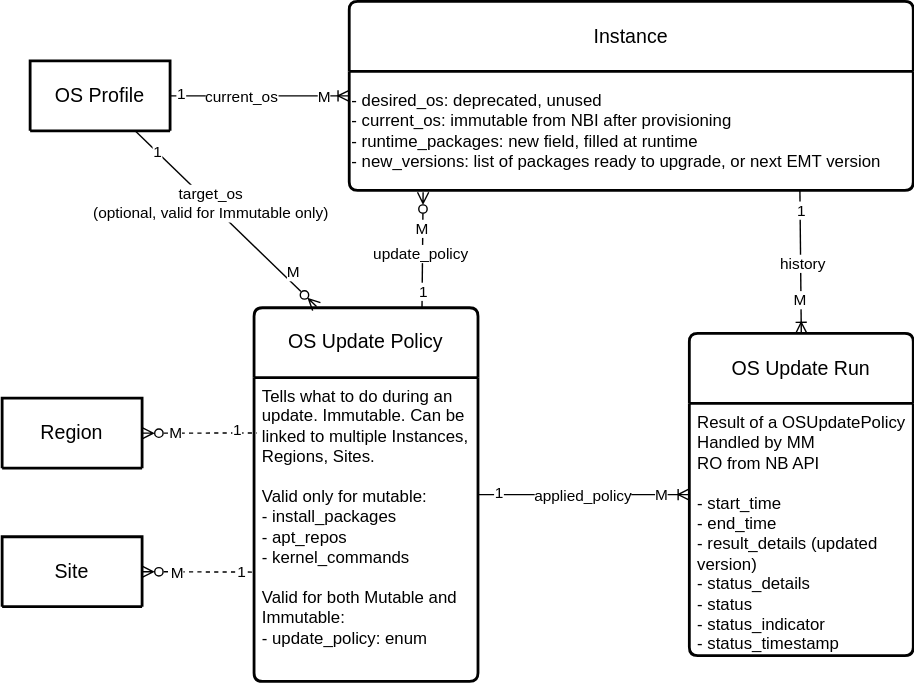
open-edge-platform/edge-manageability-framework keeps this draw.io diagram as design-proposals/schema_day2_changes.drawio.svg. Above is the earlier version. Source tidied: cells renumbered, new cells last; positions are measured from the earlier drawing's top-left corner, leaving out a move shared by most shapes.
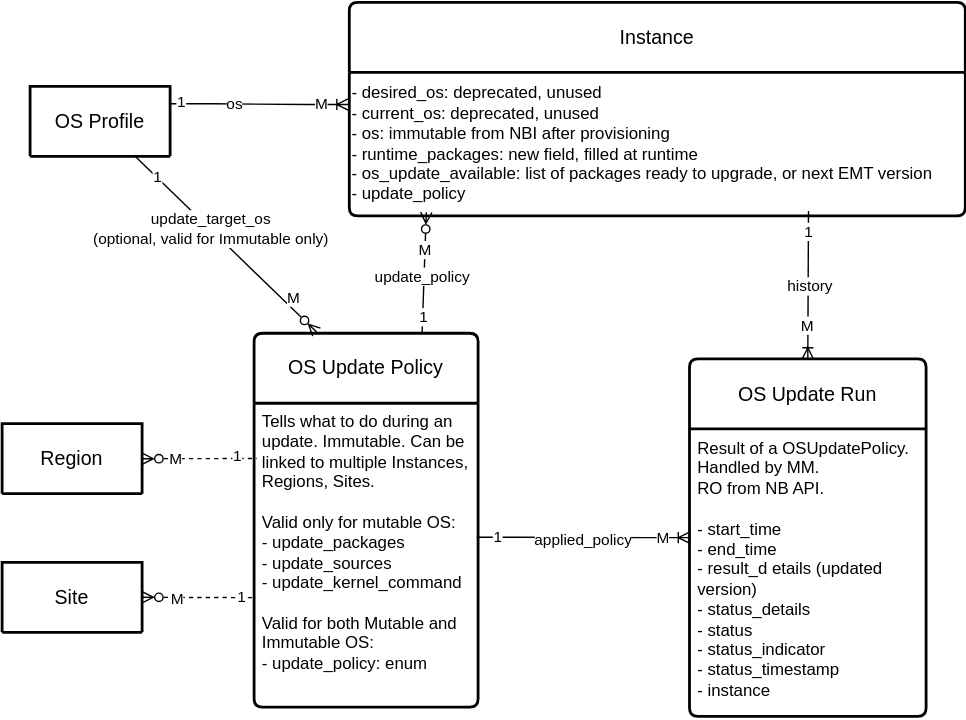
After the commit.

Commit message:
Day2 improvements design update

Change to the diagram source:
```diff
@@ -6,17 +6,17 @@
       <mxGeometry x="20" y="42" width="100" height="50" as="geometry" />
     </mxCell>
     <mxCell id="3" value="Instance" style="swimlane;horizontal=1;startSize=50;rounded=1;fontSize=14;fontStyle=0;strokeWidth=2;shadow=0;dashed=0;align=center;arcSize=4;whiteSpace=wrap;html=1;" parent="1" vertex="1">
-      <mxGeometry x="248" y="-0.5" width="403" height="135" as="geometry" />
+      <mxGeometry x="248" y="-18" width="440" height="152.5" as="geometry" />
     </mxCell>
-    <mxCell id="4" value="- desired_os: deprecated, unused&lt;br&gt;- current_os: immutable from NBI after provisioning&lt;div&gt;- runtime_packages: new field, filled at runtime&lt;br&gt;- new_versions: list of packages ready&lt;span style=&quot;background-color: transparent; color: light-dark(rgb(0, 0, 0), rgb(255, 255, 255));&quot;&gt;&amp;nbsp;to upgrade, or next EMT version&lt;/span&gt;&lt;/div&gt;" style="text;html=1;align=left;verticalAlign=middle;points=[];strokeColor=none;fillColor=none;" parent="3" vertex="1">
-      <mxGeometry y="50" width="403" height="85" as="geometry" />
+    <mxCell id="4" value="- desired_os: deprecated, unused&lt;div&gt;- current_os: deprecated, unused&lt;/div&gt;&lt;div&gt;- os: immutable from NBI after provisioning&lt;div&gt;- runtime_packages: new field, filled at runtime&lt;br&gt;- os_update_available: list of packages ready&lt;span style=&quot;background-color: transparent; color: light-dark(rgb(0, 0, 0), rgb(255, 255, 255));&quot;&gt;&amp;nbsp;to upgrade, or next EMT version&lt;/span&gt;&lt;/div&gt;&lt;/div&gt;&lt;div&gt;&lt;span style=&quot;background-color: transparent; color: light-dark(rgb(0, 0, 0), rgb(255, 255, 255));&quot;&gt;- update_policy&lt;/span&gt;&lt;/div&gt;" style="text;html=1;align=left;verticalAlign=middle;points=[];strokeColor=none;fillColor=none;" parent="3" vertex="1">
+      <mxGeometry y="50" width="440" height="102.5" as="geometry" />
     </mxCell>
-    <mxCell id="5" style="edgeStyle=entityRelationEdgeStyle;fontSize=12;html=1;endArrow=ERoneToMany;rounded=0;exitX=1;exitY=0.5;exitDx=0;exitDy=0;entryX=0;entryY=0.5;entryDx=0;entryDy=0;" parent="1" edge="1" source="2" target="3">
+    <mxCell id="5" style="edgeStyle=entityRelationEdgeStyle;fontSize=12;html=1;endArrow=ERoneToMany;rounded=0;exitX=1;exitY=0.25;exitDx=0;exitDy=0;entryX=-0.002;entryY=0.224;entryDx=0;entryDy=0;entryPerimeter=0;" parent="1" edge="1" source="2" target="4">
       <mxGeometry relative="1" as="geometry" />
     </mxCell>
-    <mxCell id="6" value="current_os" style="edgeLabel;html=1;align=center;verticalAlign=middle;" parent="5" vertex="1">
+    <mxCell id="6" value="os" style="edgeLabel;html=1;align=center;verticalAlign=middle;" parent="5" vertex="1">
       <mxGeometry x="-0.21" relative="1" as="geometry">
-        <mxPoint x="-1" as="offset" />
+        <mxPoint x="-4" as="offset" />
       </mxGeometry>
     </mxCell>
     <mxCell id="7" value="1" style="edgeLabel;html=1;align=center;verticalAlign=middle;" parent="5" vertex="1">
@@ -30,17 +30,21 @@
     <mxCell id="9" value="OS Update Policy" style="swimlane;horizontal=1;startSize=50;rounded=1;fontSize=14;fontStyle=0;strokeWidth=2;shadow=0;dashed=0;align=center;arcSize=4;whiteSpace=wrap;html=1;" parent="1" vertex="1">
       <mxGeometry x="180" y="218.4" width="160" height="267" as="geometry" />
     </mxCell>
-    <mxCell id="10" value="Tells what to do during an update. Immutable. Can be linked to multiple Instances, Regions, Sites.&lt;div&gt;&lt;br&gt;&lt;/div&gt;&lt;div&gt;Valid only for mutable:&lt;/div&gt;&lt;div&gt;- install_packages&lt;/div&gt;&lt;div&gt;- apt_repos&lt;/div&gt;&lt;div&gt;- kernel_commands&lt;br&gt;&lt;br&gt;&lt;/div&gt;&lt;div&gt;Valid for both Mutable and Immutable:&lt;/div&gt;&lt;div&gt;- update_policy: enum&lt;/div&gt;" style="align=left;strokeColor=none;fillColor=none;spacingLeft=4;spacingRight=4;fontSize=12;verticalAlign=top;html=1;whiteSpace=wrap;" parent="9" vertex="1">
+    <mxCell id="10" value="Tells what to do during an update. Immutable. Can be linked to multiple Instances, Regions, Sites.&lt;div&gt;&lt;br&gt;&lt;/div&gt;&lt;div&gt;Valid only for mutable OS:&lt;/div&gt;&lt;div&gt;- update_packages&lt;/div&gt;&lt;div&gt;- update_sources&lt;/div&gt;&lt;div&gt;- update_kernel_command&lt;br&gt;&lt;br&gt;&lt;/div&gt;&lt;div&gt;Valid for both Mutable and Immutable OS:&lt;/div&gt;&lt;div&gt;- update_policy: enum&lt;/div&gt;" style="align=left;strokeColor=none;fillColor=none;spacingLeft=4;spacingRight=4;fontSize=12;verticalAlign=top;html=1;whiteSpace=wrap;" parent="9" vertex="1">
       <mxGeometry y="50" width="160" height="217" as="geometry" />
     </mxCell>
     <mxCell id="11" value="OS Update Run" style="swimlane;horizontal=1;startSize=50;rounded=1;fontSize=14;fontStyle=0;strokeWidth=2;shadow=0;dashed=0;align=center;arcSize=4;whiteSpace=wrap;html=1;" parent="1" vertex="1">
-      <mxGeometry x="491" y="236.8" width="160" height="230.2" as="geometry" />
+      <mxGeometry x="491" y="236.8" width="169" height="255.2" as="geometry" />
     </mxCell>
-    <mxCell id="12" value="Result of a OSUpdatePolicy&lt;br&gt;&lt;span style=&quot;background-color: transparent; color: light-dark(rgb(0, 0, 0), rgb(255, 255, 255));&quot;&gt;Handled by MM&lt;br&gt;RO from NB API&lt;/span&gt;&lt;div&gt;&lt;br&gt;&lt;/div&gt;&lt;div&gt;- start_time&lt;/div&gt;&lt;div&gt;- end_time&lt;/div&gt;&lt;div&gt;- result_d&lt;span style=&quot;background-color: transparent; color: light-dark(rgb(0, 0, 0), rgb(255, 255, 255));&quot;&gt;etails (updated version)&lt;/span&gt;&lt;/div&gt;&lt;div&gt;&lt;span style=&quot;background-color: transparent; color: light-dark(rgb(0, 0, 0), rgb(255, 255, 255));&quot;&gt;- status_details&lt;/span&gt;&lt;/div&gt;&lt;div&gt;- status&lt;/div&gt;&lt;div&gt;- status_indicator&lt;/div&gt;&lt;div&gt;- status_timestamp&lt;/div&gt;" style="align=left;strokeColor=none;fillColor=none;spacingLeft=4;spacingRight=4;fontSize=12;verticalAlign=top;html=1;whiteSpace=wrap;" parent="11" vertex="1">
-      <mxGeometry y="50" width="160" height="180.2" as="geometry" />
+    <mxCell id="12" value="Result of a OSUpdatePolicy.&lt;br&gt;&lt;span style=&quot;background-color: transparent; color: light-dark(rgb(0, 0, 0), rgb(255, 255, 255));&quot;&gt;Handled by MM.&lt;br&gt;RO from NB API.&lt;/span&gt;&lt;div&gt;&lt;br&gt;&lt;/div&gt;&lt;div&gt;- start_time&lt;/div&gt;&lt;div&gt;- end_time&lt;/div&gt;&lt;div&gt;- result_d&lt;span style=&quot;background-color: transparent; color: light-dark(rgb(0, 0, 0), rgb(255, 255, 255));&quot;&gt;etails (updated version)&lt;/span&gt;&lt;/div&gt;&lt;div&gt;&lt;span style=&quot;background-color: transparent; color: light-dark(rgb(0, 0, 0), rgb(255, 255, 255));&quot;&gt;- status_details&lt;/span&gt;&lt;/div&gt;&lt;div&gt;- status&lt;/div&gt;&lt;div&gt;- status_indicator&lt;/div&gt;&lt;div&gt;- status_timestamp&lt;/div&gt;&lt;div&gt;- instance&lt;/div&gt;&lt;div&gt;&lt;br&gt;&lt;/div&gt;" style="align=left;strokeColor=none;fillColor=none;spacingLeft=4;spacingRight=4;fontSize=12;verticalAlign=top;html=1;whiteSpace=wrap;" parent="11" vertex="1">
+      <mxGeometry y="50" width="169" height="205.2" as="geometry" />
     </mxCell>
-    <mxCell id="13" style="edgeStyle=entityRelationEdgeStyle;fontSize=12;html=1;endArrow=ERoneToMany;rounded=0;" parent="1" edge="1" source="9" target="11">
-      <mxGeometry relative="1" as="geometry" />
+    <mxCell id="13" style="edgeStyle=entityRelationEdgeStyle;fontSize=12;html=1;endArrow=ERoneToMany;rounded=0;exitX=0.994;exitY=0.441;exitDx=0;exitDy=0;exitPerimeter=0;" parent="1" edge="1" source="10" target="11">
+      <mxGeometry relative="1" as="geometry">
+        <Array as="points">
+          <mxPoint x="420" y="372" />
+        </Array>
+      </mxGeometry>
     </mxCell>
     <mxCell id="14" value="applied_policy" style="edgeLabel;html=1;align=center;verticalAlign=middle;" parent="13" vertex="1">
       <mxGeometry x="-0.07" y="-1" relative="1" as="geometry">
@@ -57,8 +61,10 @@
         <mxPoint x="1" y="1" as="offset" />
       </mxGeometry>
     </mxCell>
-    <mxCell id="17" style="fontSize=12;html=1;endArrow=none;rounded=0;exitX=0.5;exitY=0;exitDx=0;exitDy=0;startArrow=ERoneToMany;startFill=0;entryX=0.799;entryY=0.996;entryDx=0;entryDy=0;entryPerimeter=0;" parent="1" edge="1" source="11" target="4">
-      <mxGeometry relative="1" as="geometry" />
+    <mxCell id="17" style="fontSize=12;html=1;endArrow=none;rounded=0;exitX=0.5;exitY=0;exitDx=0;exitDy=0;startArrow=ERoneToMany;startFill=0;" parent="1" edge="1" source="11">
+      <mxGeometry relative="1" as="geometry">
+        <mxPoint x="576" y="131" as="targetPoint" />
+      </mxGeometry>
     </mxCell>
     <mxCell id="18" value="1" style="edgeLabel;html=1;align=center;verticalAlign=middle;" parent="17" vertex="1">
       <mxGeometry x="0.81" y="-3" relative="1" as="geometry">
@@ -73,8 +79,10 @@
     <mxCell id="20" value="history" style="edgeLabel;html=1;align=center;verticalAlign=middle;" parent="17" vertex="1">
       <mxGeometry x="-0.02" y="-1" relative="1" as="geometry" />
     </mxCell>
-    <mxCell id="21" style="fontSize=12;html=1;endArrow=ERzeroToMany;rounded=0;exitX=0.75;exitY=0;exitDx=0;exitDy=0;endFill=0;entryX=0.131;entryY=1.016;entryDx=0;entryDy=0;entryPerimeter=0;" parent="1" edge="1" source="9" target="4">
-      <mxGeometry relative="1" as="geometry" />
+    <mxCell id="21" style="fontSize=12;html=1;endArrow=ERzeroToMany;rounded=0;endFill=0;exitX=0.75;exitY=0;exitDx=0;exitDy=0;" parent="1" edge="1" source="9">
+      <mxGeometry relative="1" as="geometry">
+        <mxPoint x="303" y="132" as="targetPoint" />
+      </mxGeometry>
     </mxCell>
     <mxCell id="22" value="M" style="edgeLabel;html=1;align=center;verticalAlign=middle;" parent="21" vertex="1">
       <mxGeometry x="0.81" y="-3" relative="1" as="geometry">
@@ -104,7 +112,7 @@
         <mxPoint x="-4" y="-16" as="offset" />
       </mxGeometry>
     </mxCell>
-    <mxCell id="28" value="target_os&lt;br&gt;(optional, valid for Immutable only)" style="edgeLabel;html=1;align=center;verticalAlign=middle;" parent="25" vertex="1">
+    <mxCell id="28" value="update_target_os&lt;br&gt;(optional, valid for Immutable only)" style="edgeLabel;html=1;align=center;verticalAlign=middle;" parent="25" vertex="1">
       <mxGeometry x="0.18" relative="1" as="geometry" />
     </mxCell>
     <mxCell id="29" value="Region" style="swimlane;horizontal=1;startSize=50;rounded=1;fontSize=14;fontStyle=0;strokeWidth=2;shadow=0;dashed=0;align=center;arcSize=4;whiteSpace=wrap;html=1;swimlaneFillColor=none;" parent="1" vertex="1" collapsed="1">
```
